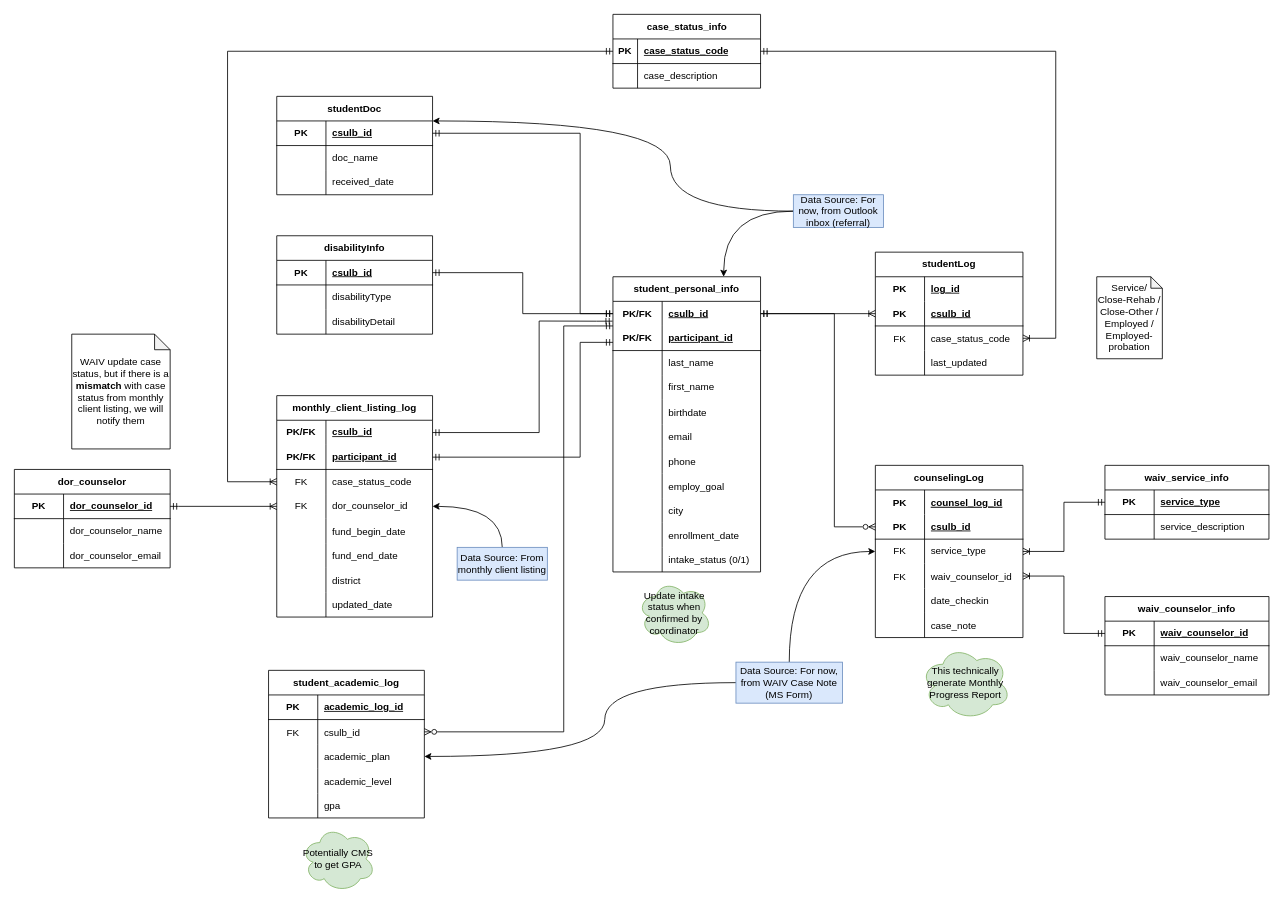
This is waivSchema.drawio from markqle/waiv, a draw.io file, before an edit. Source tidied: cells renumbered, new cells numbered last; positions are measured from the earlier drawing's top-left corner, leaving out a move shared by most shapes. Both pictures are drawn from the tidied source at 82%, with x=0, y=0 at pixel (14, 14).
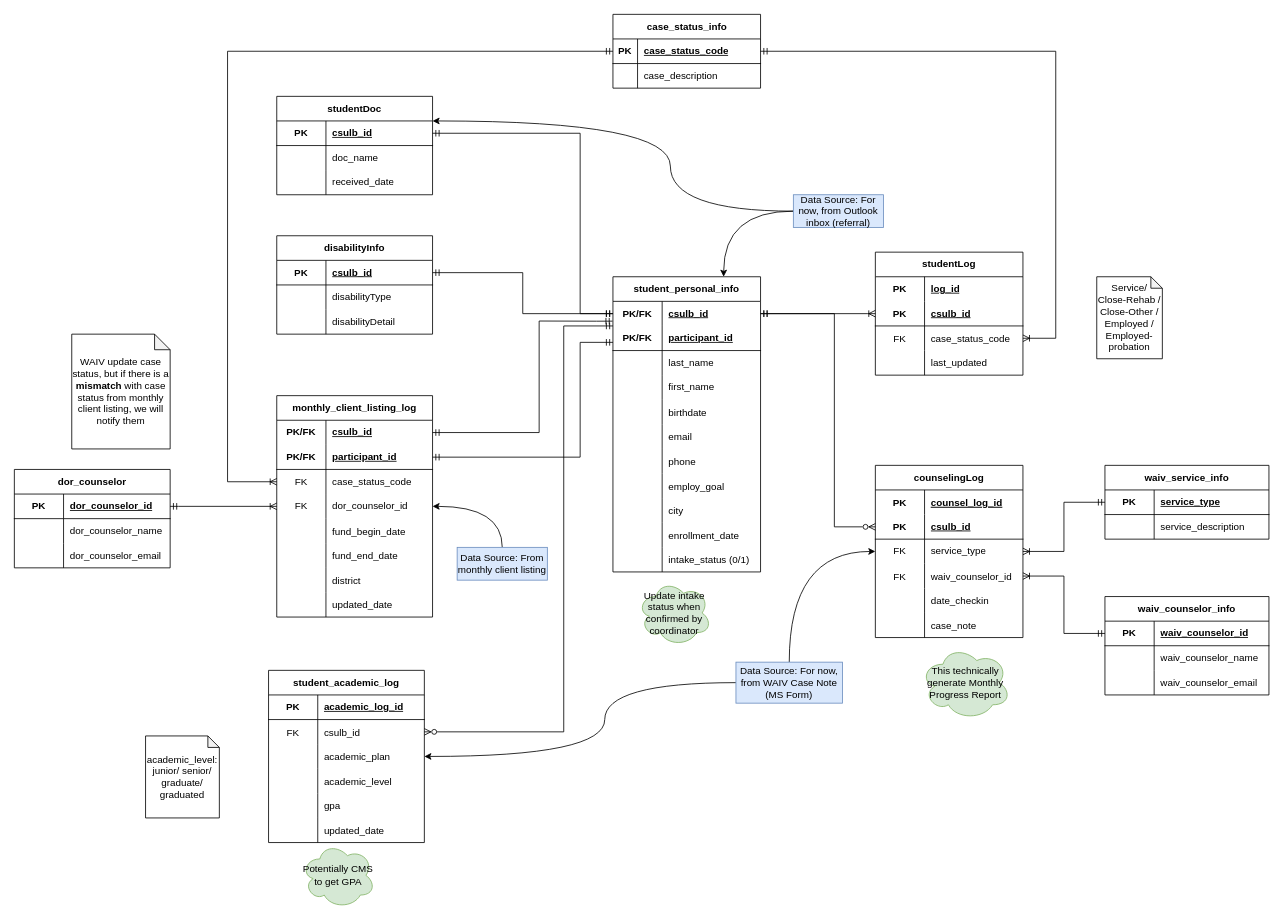
Above is the later version.

What changed in the source:
```diff
@@
     <mxCell id="143" value="student_academic_log" style="shape=table;startSize=30;childLayout=tableLayout;rowLines=0;fontStyle=1;align=center;html=1;whiteSpace=wrap;" parent="1" vertex="1">
-      <mxGeometry x="310" y="800" width="190" height="180" as="geometry" />
+      <mxGeometry x="310" y="800" width="190" height="210" as="geometry" />
     </mxCell>
@@
+    <mxCell id="188" style="shape=tableRow;horizontal=0;startSize=0;swimlaneHead=0;swimlaneBody=0;fillColor=none;top=0;left=0;right=0;bottom=0;" parent="143" vertex="1">
+      <mxGeometry y="180" width="190" height="30" as="geometry" />
+    </mxCell>
+    <mxCell id="189" style="shape=partialRectangle;fillColor=none;top=0;left=0;bottom=0;right=0;overflow=hidden;" parent="188" vertex="1">
+      <mxGeometry width="60" height="30" as="geometry" />
+    </mxCell>
+    <mxCell id="190" value="updated_date" style="shape=partialRectangle;fillColor=none;top=0;left=0;bottom=0;right=0;align=left;spacingLeft=6;overflow=hidden;" parent="188" vertex="1">
+      <mxGeometry x="60" width="130" height="30" as="geometry" />
+    </mxCell>
@@
     <mxCell id="173" value="Potentially CMS to get GPA" style="ellipse;shape=cloud;whiteSpace=wrap;html=1;align=center;fillColor=#d5e8d4;strokeColor=#82b366;" parent="1" vertex="1">
-      <mxGeometry x="350" y="990" width="90" height="80" as="geometry" />
+      <mxGeometry x="350" y="1010" width="90" height="80" as="geometry" />
     </mxCell>
@@
+    <mxCell id="191" value="academic_level: junior/ senior/ graduate/ graduated" style="shape=note;whiteSpace=wrap;html=1;backgroundOutline=1;darkOpacity=0.05;size=14;" parent="1" vertex="1">
+      <mxGeometry x="160" y="880" width="90" height="100" as="geometry" />
+    </mxCell>
```
